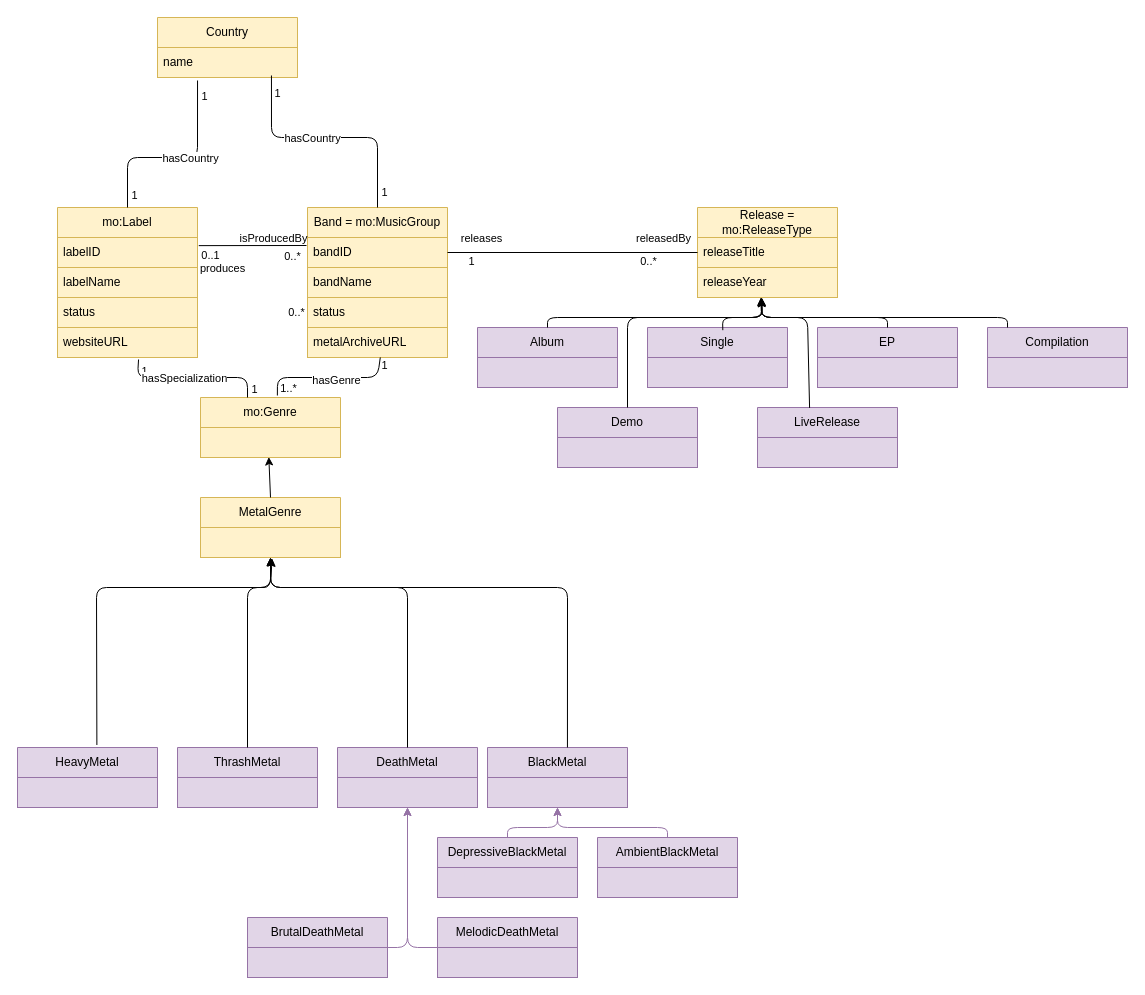
Before: docs/uml-diagram.drawio in OceanBerlinghieri/ontometal, a draw.io diagram. Source tidied: cells renumbered, new cells numbered last; positions are measured from the earlier drawing's top-left corner, leaving out a move shared by most shapes. Both pictures are drawn from the tidied source at 100%, with x=0, y=0 at pixel (17, 17).
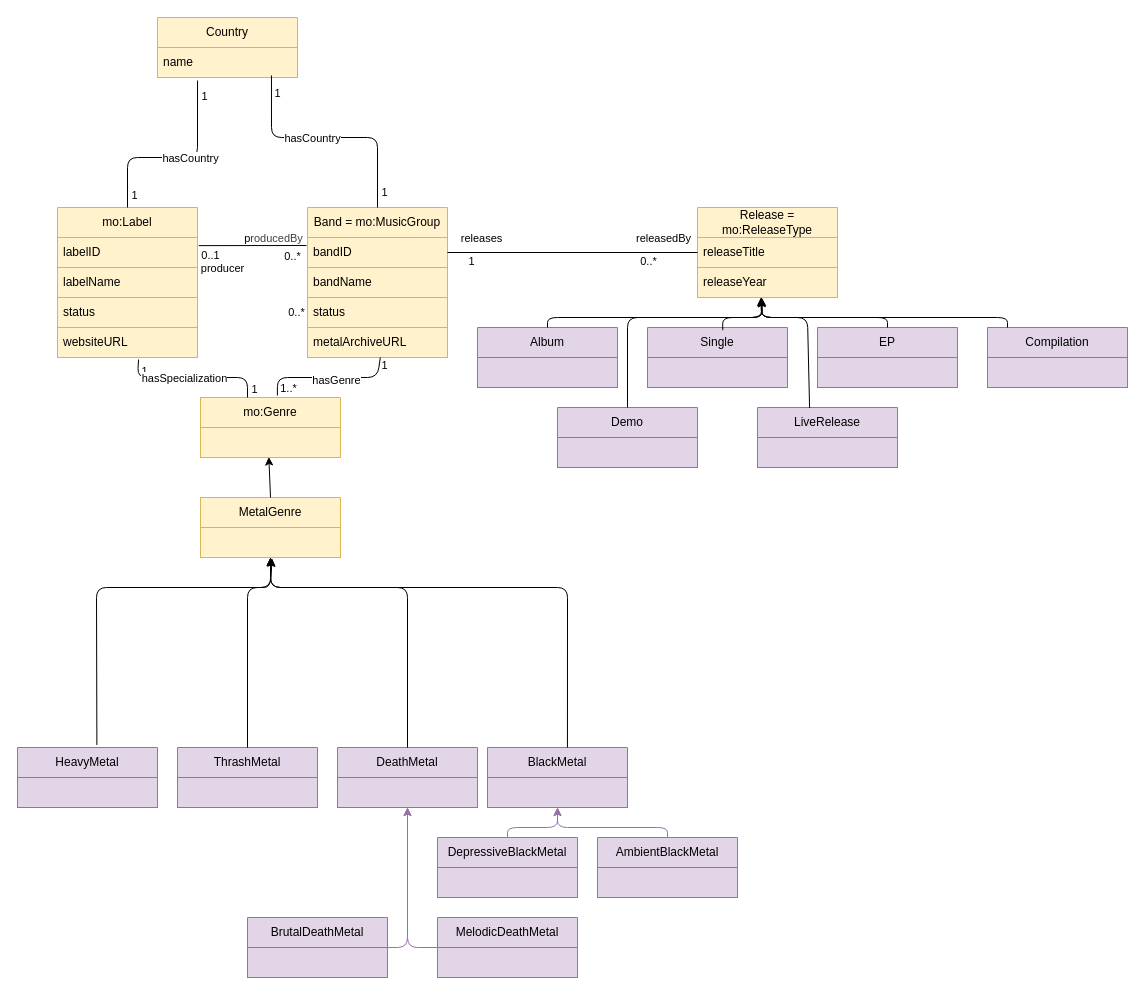
The same diagram, later.

Commit message:
Diagram modification

Unchanged cells that the change refers to:
```xml
<mxCell id="27" style="endArrow=none;html=1;exitX=1.009;exitY=0.271;exitDx=0;exitDy=0;exitPerimeter=0;" parent="1" edge="1" source="10">
  <mxGeometry relative="1" as="geometry">
    <mxPoint x="289" y="228" as="targetPoint" />
  </mxGeometry>
</mxCell>
```

Change to the diagram source:
```diff
@@
-    <mxCell id="30" value="isProducedBy" style="edgeLabel;html=1;align=center;verticalAlign=middle;" parent="27" vertex="1">
+    <mxCell id="30" value="p&lt;span style=&quot;color: rgb(63, 63, 63); background-color: light-dark(#ffffff, var(--ge-dark-color, #121212));&quot;&gt;roducedBy&lt;/span&gt;" style="edgeLabel;html=1;align=center;verticalAlign=middle;" parent="27" vertex="1">
       <mxGeometry x="0.07" y="1" relative="1" as="geometry">
         <mxPoint x="16" y="-7" as="offset" />
       </mxGeometry>
     </mxCell>
-    <mxCell id="31" value="produces" style="edgeLabel;html=1;align=center;verticalAlign=middle;" parent="27" vertex="1">
+    <mxCell id="31" value="producer" style="edgeLabel;html=1;align=center;verticalAlign=middle;" parent="27" vertex="1">
       <mxGeometry x="-0.28" y="3" relative="1" as="geometry">
         <mxPoint x="-16" y="25" as="offset" />
       </mxGeometry>
     </mxCell>
```
